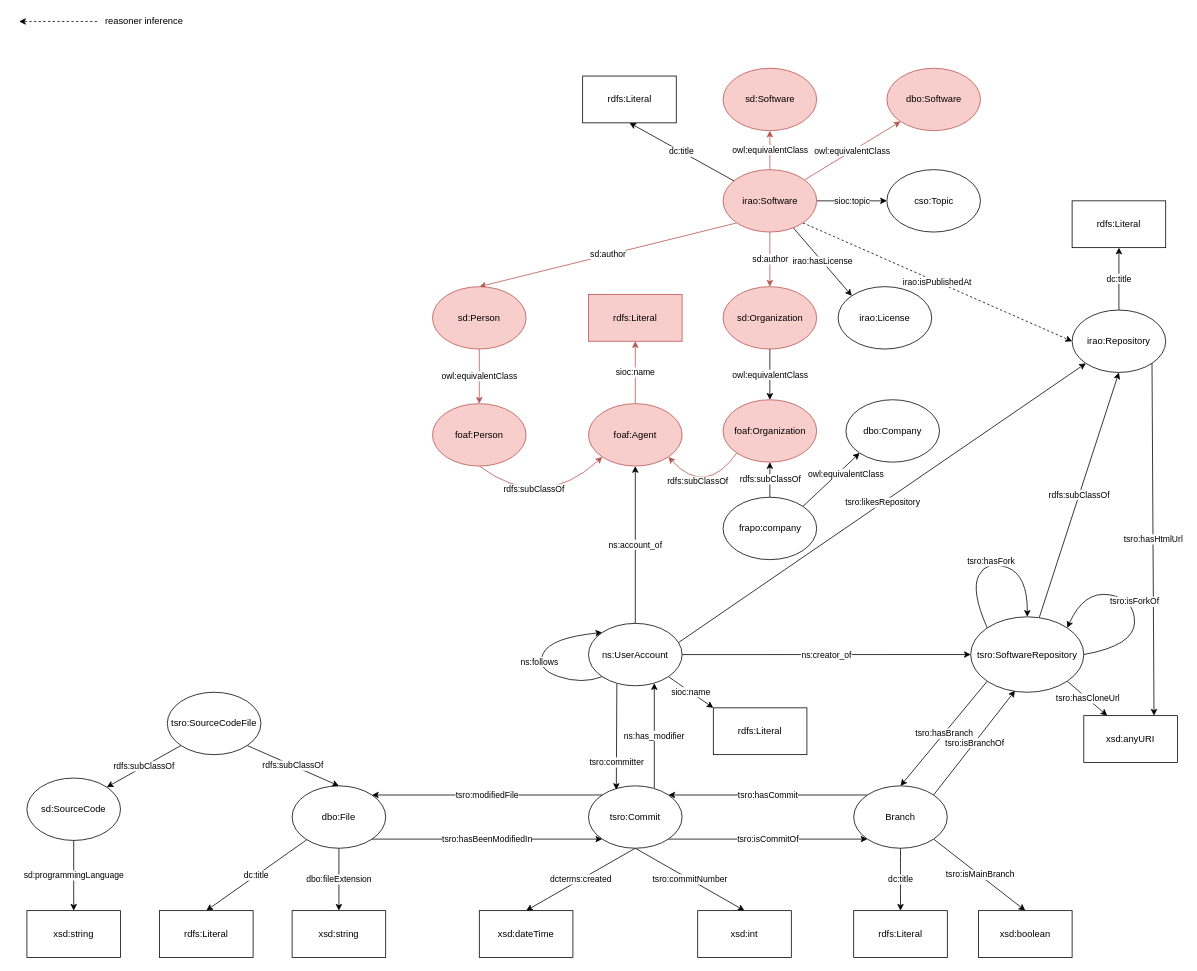
The draw.io diagram ontologies/The Software Repository Ontology.drawio in sabato-nocera/tsro, before the edit. Source tidied: cells renumbered, new cells numbered last; positions are measured from the earlier drawing's top-left corner, leaving out a move shared by most shapes. Both pictures are drawn from the tidied source at 78%, with x=0, y=0 at pixel (19, 13).
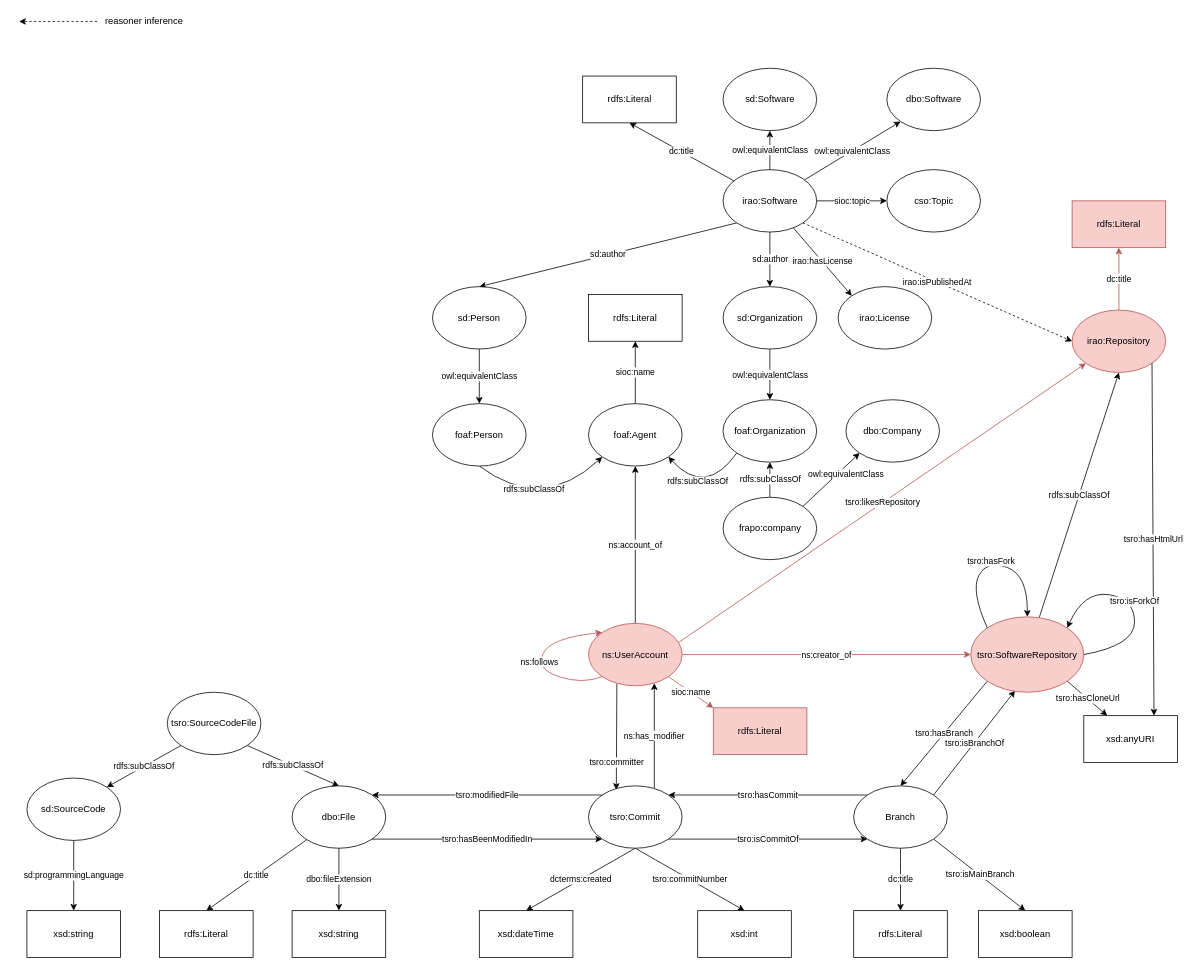
The same diagram, later.

Change to the diagram source:
```diff
@@
-    <mxCell id="2" value="dc:title" style="rounded=0;jettySize=auto;html=1;entryX=0.5;entryY=1;entryDx=0;entryDy=0;" parent="1" edge="1" source="3" target="72">
+    <mxCell id="2" value="dc:title" style="rounded=0;jettySize=auto;html=1;entryX=0.5;entryY=1;entryDx=0;entryDy=0;fillColor=#f8cecc;strokeColor=#b85450;" parent="1" edge="1" source="3" target="72">
       <mxGeometry relative="1" as="geometry" />
     </mxCell>
-    <mxCell id="3" value="irao:Repository" style="ellipse;whiteSpace=wrap;html=1;" parent="1" vertex="1">
+    <mxCell id="3" value="irao:Repository" style="ellipse;whiteSpace=wrap;html=1;fillColor=#f8cecc;strokeColor=#b85450;" parent="1" vertex="1">
       <mxGeometry x="1350" y="380" width="120" height="80" as="geometry" />
     </mxCell>
@@
-    <mxCell id="23" value="tsro:SoftwareRepository" style="ellipse;whiteSpace=wrap;html=1;" parent="1" vertex="1">
+    <mxCell id="23" value="tsro:SoftwareRepository" style="ellipse;whiteSpace=wrap;html=1;fillColor=#f8cecc;strokeColor=#b85450;" parent="1" vertex="1">
       <mxGeometry x="1220" y="773.3" width="145" height="96.7" as="geometry" />
     </mxCell>
@@
-    <mxCell id="25" value="ns:creator_of" style="edgeStyle=none;rounded=0;jettySize=auto;html=1;entryX=0;entryY=0.5;entryDx=0;entryDy=0;" parent="1" edge="1" source="30" target="23">
+    <mxCell id="25" value="ns:creator_of" style="edgeStyle=none;rounded=0;jettySize=auto;html=1;entryX=0;entryY=0.5;entryDx=0;entryDy=0;fillColor=#f8cecc;strokeColor=#b85450;" parent="1" edge="1" source="30" target="23">
       <mxGeometry relative="1" as="geometry" />
     </mxCell>
@@
-    <mxCell id="27" value="ns:follows" style="edgeStyle=none;orthogonalLoop=1;jettySize=auto;html=1;curved=1;entryX=0;entryY=0;entryDx=0;entryDy=0;exitX=0;exitY=1;exitDx=0;exitDy=0;" parent="1" edge="1" source="30" target="30">
+    <mxCell id="27" value="ns:follows" style="edgeStyle=none;orthogonalLoop=1;jettySize=auto;html=1;curved=1;entryX=0;entryY=0;entryDx=0;entryDy=0;exitX=0;exitY=1;exitDx=0;exitDy=0;fillColor=#f8cecc;strokeColor=#b85450;" parent="1" edge="1" source="30" target="30">
       <mxGeometry relative="1" as="geometry">
         <Array as="points">
           <mxPoint x="722" y="860" />
           <mxPoint x="662" y="840" />
           <mxPoint x="682" y="800" />
         </Array>
       </mxGeometry>
     </mxCell>
-    <mxCell id="28" value="tsro:likesRepository" style="edgeStyle=none;jettySize=auto;html=1;exitX=0.96;exitY=0.309;exitDx=0;exitDy=0;entryX=0;entryY=1;entryDx=0;entryDy=0;exitPerimeter=0;rounded=0;" parent="1" edge="1" source="30" target="3">
+    <mxCell id="28" value="tsro:likesRepository" style="edgeStyle=none;jettySize=auto;html=1;exitX=0.96;exitY=0.309;exitDx=0;exitDy=0;entryX=0;entryY=1;entryDx=0;entryDy=0;exitPerimeter=0;rounded=0;fillColor=#f8cecc;strokeColor=#b85450;" parent="1" edge="1" source="30" target="3">
       <mxGeometry relative="1" as="geometry" />
     </mxCell>
-    <mxCell id="29" value="sioc:name" style="edgeStyle=none;curved=1;jettySize=auto;html=1;exitX=1;exitY=1;exitDx=0;exitDy=0;entryX=0;entryY=0;entryDx=0;entryDy=0;" parent="1" edge="1" source="30" target="76">
+    <mxCell id="29" value="sioc:name" style="edgeStyle=none;curved=1;jettySize=auto;html=1;exitX=1;exitY=1;exitDx=0;exitDy=0;entryX=0;entryY=0;entryDx=0;entryDy=0;fillColor=#f8cecc;strokeColor=#b85450;" parent="1" edge="1" source="30" target="76">
       <mxGeometry relative="1" as="geometry" />
     </mxCell>
-    <mxCell id="30" value="ns:UserAccount" style="ellipse;whiteSpace=wrap;html=1;" parent="1" vertex="1">
+    <mxCell id="30" value="ns:UserAccount" style="ellipse;whiteSpace=wrap;html=1;fillColor=#f8cecc;strokeColor=#b85450;" parent="1" vertex="1">
       <mxGeometry x="730" y="781.7" width="120" height="80" as="geometry" />
     </mxCell>
@@
-    <mxCell id="34" value="owl:equivalentClass" style="edgeStyle=none;rounded=0;jettySize=auto;html=1;entryX=0;entryY=1;entryDx=0;entryDy=0;fillColor=#f8cecc;strokeColor=#b85450;" parent="1" edge="1" source="39" target="46">
+    <mxCell id="34" value="owl:equivalentClass" style="edgeStyle=none;rounded=0;jettySize=auto;html=1;entryX=0;entryY=1;entryDx=0;entryDy=0;" parent="1" edge="1" source="39" target="46">
       <mxGeometry relative="1" as="geometry" />
     </mxCell>
-    <mxCell id="35" value="owl:equivalentClass" style="edgeStyle=none;rounded=0;jettySize=auto;html=1;entryX=0.5;entryY=1;entryDx=0;entryDy=0;fillColor=#f8cecc;strokeColor=#b85450;" parent="1" edge="1" source="39" target="47">
+    <mxCell id="35" value="owl:equivalentClass" style="edgeStyle=none;rounded=0;jettySize=auto;html=1;entryX=0.5;entryY=1;entryDx=0;entryDy=0;" parent="1" edge="1" source="39" target="47">
       <mxGeometry relative="1" as="geometry" />
     </mxCell>
-    <mxCell id="36" value="sd:author" style="edgeStyle=none;rounded=0;jettySize=auto;html=1;entryX=0.5;entryY=0;entryDx=0;entryDy=0;exitX=0;exitY=1;exitDx=0;exitDy=0;fillColor=#f8cecc;strokeColor=#b85450;" parent="1" edge="1" source="39" target="49">
+    <mxCell id="36" value="sd:author" style="edgeStyle=none;rounded=0;jettySize=auto;html=1;entryX=0.5;entryY=0;entryDx=0;entryDy=0;exitX=0;exitY=1;exitDx=0;exitDy=0;" parent="1" edge="1" source="39" target="49">
       <mxGeometry relative="1" as="geometry" />
     </mxCell>
-    <mxCell id="37" value="sd:author" style="edgeStyle=none;rounded=0;jettySize=auto;html=1;entryX=0.5;entryY=0;entryDx=0;entryDy=0;exitX=0.5;exitY=1;exitDx=0;exitDy=0;fillColor=#f8cecc;strokeColor=#b85450;" parent="1" edge="1" source="39" target="56">
+    <mxCell id="37" value="sd:author" style="edgeStyle=none;rounded=0;jettySize=auto;html=1;entryX=0.5;entryY=0;entryDx=0;entryDy=0;exitX=0.5;exitY=1;exitDx=0;exitDy=0;" parent="1" edge="1" source="39" target="56">
       <mxGeometry relative="1" as="geometry" />
     </mxCell>
@@
-    <mxCell id="39" value="irao:Software" style="ellipse;whiteSpace=wrap;html=1;fillColor=#f8cecc;strokeColor=#b85450;" parent="1" vertex="1">
+    <mxCell id="39" value="irao:Software" style="ellipse;whiteSpace=wrap;html=1;" parent="1" vertex="1">
       <mxGeometry x="902.5" y="200" width="120" height="80" as="geometry" />
     </mxCell>
@@
-    <mxCell id="46" value="dbo:Software" style="ellipse;whiteSpace=wrap;html=1;fillColor=#f8cecc;strokeColor=#b85450;" parent="1" vertex="1">
+    <mxCell id="46" value="dbo:Software" style="ellipse;whiteSpace=wrap;html=1;" parent="1" vertex="1">
       <mxGeometry x="1112.5" y="70" width="120" height="80" as="geometry" />
     </mxCell>
-    <mxCell id="47" value="sd:Software" style="ellipse;whiteSpace=wrap;html=1;fillColor=#f8cecc;strokeColor=#b85450;" parent="1" vertex="1">
+    <mxCell id="47" value="sd:Software" style="ellipse;whiteSpace=wrap;html=1;" parent="1" vertex="1">
       <mxGeometry x="902.5" y="70" width="120" height="80" as="geometry" />
     </mxCell>
-    <mxCell id="48" value="owl:equivalentClass" style="edgeStyle=none;rounded=0;jettySize=auto;html=1;entryX=0.5;entryY=0;entryDx=0;entryDy=0;fillColor=#f8cecc;strokeColor=#b85450;" parent="1" edge="1" source="49" target="59">
+    <mxCell id="48" value="owl:equivalentClass" style="edgeStyle=none;rounded=0;jettySize=auto;html=1;entryX=0.5;entryY=0;entryDx=0;entryDy=0;" parent="1" edge="1" source="49" target="59">
       <mxGeometry relative="1" as="geometry" />
     </mxCell>
-    <mxCell id="49" value="sd:Person" style="ellipse;whiteSpace=wrap;html=1;fillColor=#f8cecc;strokeColor=#b85450;" parent="1" vertex="1">
+    <mxCell id="49" value="sd:Person" style="ellipse;whiteSpace=wrap;html=1;" parent="1" vertex="1">
       <mxGeometry x="530" y="350" width="120" height="80" as="geometry" />
     </mxCell>
@@
-    <mxCell id="56" value="sd:Organization" style="ellipse;whiteSpace=wrap;html=1;fillColor=#f8cecc;strokeColor=#b85450;" parent="1" vertex="1">
+    <mxCell id="56" value="sd:Organization" style="ellipse;whiteSpace=wrap;html=1;" parent="1" vertex="1">
       <mxGeometry x="902.5" y="350" width="120" height="80" as="geometry" />
     </mxCell>
@@
-    <mxCell id="58" value="rdfs:subClassOf" style="edgeStyle=none;jettySize=auto;html=1;exitX=0.5;exitY=1;exitDx=0;exitDy=0;entryX=0;entryY=1;entryDx=0;entryDy=0;curved=1;fillColor=#f8cecc;strokeColor=#b85450;" parent="1" edge="1" source="59" target="65">
+    <mxCell id="58" value="rdfs:subClassOf" style="edgeStyle=none;jettySize=auto;html=1;exitX=0.5;exitY=1;exitDx=0;exitDy=0;entryX=0;entryY=1;entryDx=0;entryDy=0;curved=1;" parent="1" edge="1" source="59" target="65">
       <mxGeometry x="-0.28" y="18" relative="1" as="geometry">
         <Array as="points">
           <mxPoint x="670" y="640" />
         </Array>
       </mxGeometry>
     </mxCell>
-    <mxCell id="59" value="foaf:Person" style="ellipse;whiteSpace=wrap;html=1;fillColor=#f8cecc;strokeColor=#b85450;" parent="1" vertex="1">
+    <mxCell id="59" value="foaf:Person" style="ellipse;whiteSpace=wrap;html=1;" parent="1" vertex="1">
       <mxGeometry x="530" y="500" width="120" height="80" as="geometry" />
     </mxCell>
-    <mxCell id="60" value="rdfs:subClassOf" style="edgeStyle=none;jettySize=auto;html=1;exitX=0;exitY=1;exitDx=0;exitDy=0;entryX=1;entryY=1;entryDx=0;entryDy=0;curved=1;fillColor=#f8cecc;strokeColor=#b85450;" parent="1" edge="1" source="61" target="65">
+    <mxCell id="60" value="rdfs:subClassOf" style="edgeStyle=none;jettySize=auto;html=1;exitX=0;exitY=1;exitDx=0;exitDy=0;entryX=1;entryY=1;entryDx=0;entryDy=0;curved=1;" parent="1" edge="1" source="61" target="65">
       <mxGeometry x="0.3" y="-6" relative="1" as="geometry">
         <Array as="points">
           <mxPoint x="880" y="620" />
         </Array>
       </mxGeometry>
     </mxCell>
-    <mxCell id="61" value="foaf:Organization" style="ellipse;whiteSpace=wrap;html=1;fillColor=#f8cecc;strokeColor=#b85450;" parent="1" vertex="1">
+    <mxCell id="61" value="foaf:Organization" style="ellipse;whiteSpace=wrap;html=1;" parent="1" vertex="1">
       <mxGeometry x="902.5" y="495" width="120" height="80" as="geometry" />
     </mxCell>
@@
-    <mxCell id="64" value="sioc:name" style="edgeStyle=none;rounded=0;jettySize=auto;html=1;entryX=0.5;entryY=1;entryDx=0;entryDy=0;fillColor=#f8cecc;strokeColor=#b85450;" parent="1" edge="1" source="65" target="73">
+    <mxCell id="64" value="sioc:name" style="edgeStyle=none;rounded=0;jettySize=auto;html=1;entryX=0.5;entryY=1;entryDx=0;entryDy=0;" parent="1" edge="1" source="65" target="73">
       <mxGeometry relative="1" as="geometry" />
     </mxCell>
-    <mxCell id="65" value="foaf:Agent" style="ellipse;whiteSpace=wrap;html=1;fillColor=#f8cecc;strokeColor=#b85450;" parent="1" vertex="1">
+    <mxCell id="65" value="foaf:Agent" style="ellipse;whiteSpace=wrap;html=1;" parent="1" vertex="1">
       <mxGeometry x="730" y="500" width="120" height="80" as="geometry" />
     </mxCell>
@@
-    <mxCell id="72" value="rdfs:Literal" style="whiteSpace=wrap;html=1;" parent="1" vertex="1">
+    <mxCell id="72" value="rdfs:Literal" style="whiteSpace=wrap;html=1;fillColor=#f8cecc;strokeColor=#b85450;" parent="1" vertex="1">
       <mxGeometry x="1350" y="240" width="120" height="60" as="geometry" />
     </mxCell>
-    <mxCell id="73" value="rdfs:Literal" style="whiteSpace=wrap;html=1;fillColor=#f8cecc;strokeColor=#b85450;" parent="1" vertex="1">
+    <mxCell id="73" value="rdfs:Literal" style="whiteSpace=wrap;html=1;" parent="1" vertex="1">
       <mxGeometry x="730" y="360" width="120" height="60" as="geometry" />
     </mxCell>
@@
-    <mxCell id="76" value="rdfs:Literal" style="whiteSpace=wrap;html=1;" parent="1" vertex="1">
+    <mxCell id="76" value="rdfs:Literal" style="whiteSpace=wrap;html=1;fillColor=#f8cecc;strokeColor=#b85450;" parent="1" vertex="1">
       <mxGeometry x="890" y="890" width="120" height="60" as="geometry" />
     </mxCell>
```
